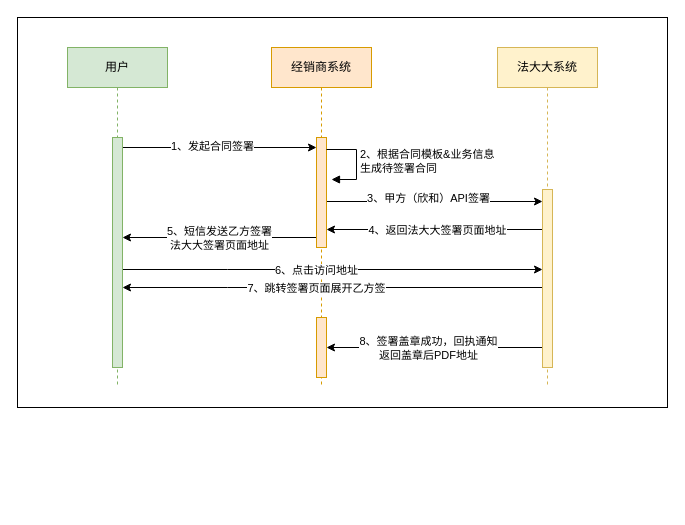
This is shinho/【1108】签署时序图.drawio from 18857545022/-, a draw.io file, before an edit. Source tidied: cells renumbered, new cells numbered last; positions are measured from the earlier drawing's top-left corner, leaving out a move shared by most shapes. Both pictures are drawn from the tidied source at 100%, with x=0, y=0 at pixel (17, 17).
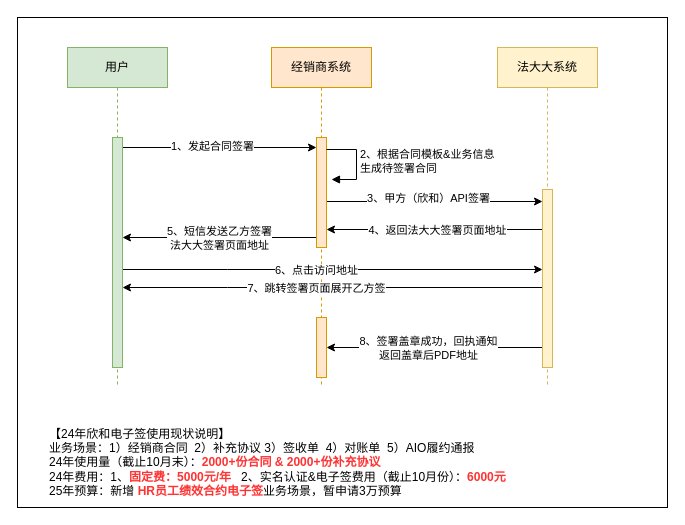
The same page after the edit.

Commit message:
更新【1108】签署时序图.drawio

Change to the diagram source:
```diff
@@
     <mxCell id="2" style="rounded=0;whiteSpace=wrap;html=1;" parent="1" vertex="1">
-      <mxGeometry width="650" height="390" as="geometry" />
+      <mxGeometry width="650" height="490" as="geometry" />
     </mxCell>
@@
+    <mxCell id="25" value="【24年欣和电子签使用现状说明】&lt;div&gt;业务场景：1）经销商合同&amp;nbsp; 2）补充协议 3）签收单&amp;nbsp; 4）对账单&amp;nbsp; 5）AIO履约通报&lt;br&gt;24年使用量（截止10月末）：&lt;font color=&quot;#ff3333&quot;&gt;&lt;b&gt;2000+份合同 &amp;amp; 2000+份补充协议&lt;/b&gt;&lt;/font&gt;&lt;br&gt;24年费用：1、&lt;font color=&quot;#ff3333&quot;&gt;&lt;b&gt;固定费：5000元/年&lt;/b&gt;&lt;/font&gt;&amp;nbsp; &amp;nbsp;2、实名认证&amp;amp;电子签费用（截止10月份）：&lt;font color=&quot;#ff3333&quot;&gt;&lt;b&gt;6000元&lt;/b&gt;&lt;/font&gt;&lt;br&gt;25年预算：新增&amp;nbsp;&lt;b&gt;&lt;font color=&quot;#ff3333&quot;&gt;HR员工绩效合约电子签&lt;/font&gt;&lt;/b&gt;业务场景，暂申请3万预算&lt;/div&gt;" style="text;html=1;align=left;verticalAlign=middle;whiteSpace=wrap;rounded=0;" parent="1" vertex="1">
+      <mxGeometry x="30" y="410" width="590" height="70" as="geometry" />
+    </mxCell>
```
